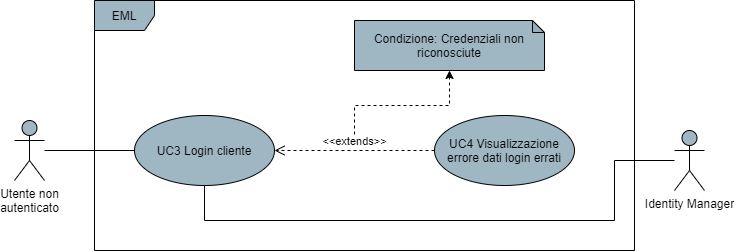
Before: DocumentazioneEsterna/AnalisiDeiRequisiti/res/UseCase/Immagini/Login.png, a diagram exported from draw.io (Omicron-Team/Documentazione). Source tidied: cells renumbered, new cells last; positions are measured from the earlier drawing's top-left corner, leaving out a move shared by most shapes.
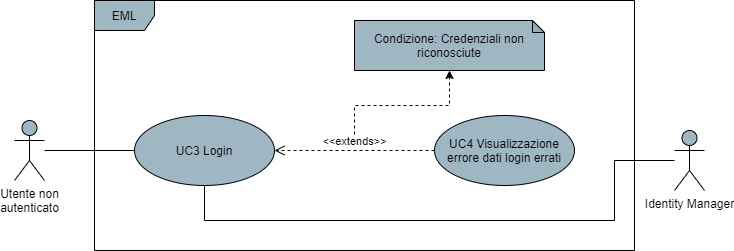
Later version of the same file.

What changed in the source:
```diff
@@ -11,7 +11,7 @@
     <mxCell id="4" value="EML" style="shape=umlFrame;whiteSpace=wrap;html=1;fillColor=#9FB6C3;" parent="1" vertex="1">
       <mxGeometry x="80" width="540" height="250" as="geometry" />
     </mxCell>
-    <mxCell id="5" value="UC3 Login cliente" style="ellipse;whiteSpace=wrap;html=1;fillColor=#9FB6C3;" parent="1" vertex="1">
+    <mxCell id="5" value="UC3 Login" style="ellipse;whiteSpace=wrap;html=1;fillColor=#9FB6C3;" parent="1" vertex="1">
       <mxGeometry x="120" y="115" width="140" height="70" as="geometry" />
     </mxCell>
     <mxCell id="6" style="edgeStyle=orthogonalEdgeStyle;rounded=0;jettySize=auto;html=1;dashed=1;" parent="1" edge="1" target="9">
```
